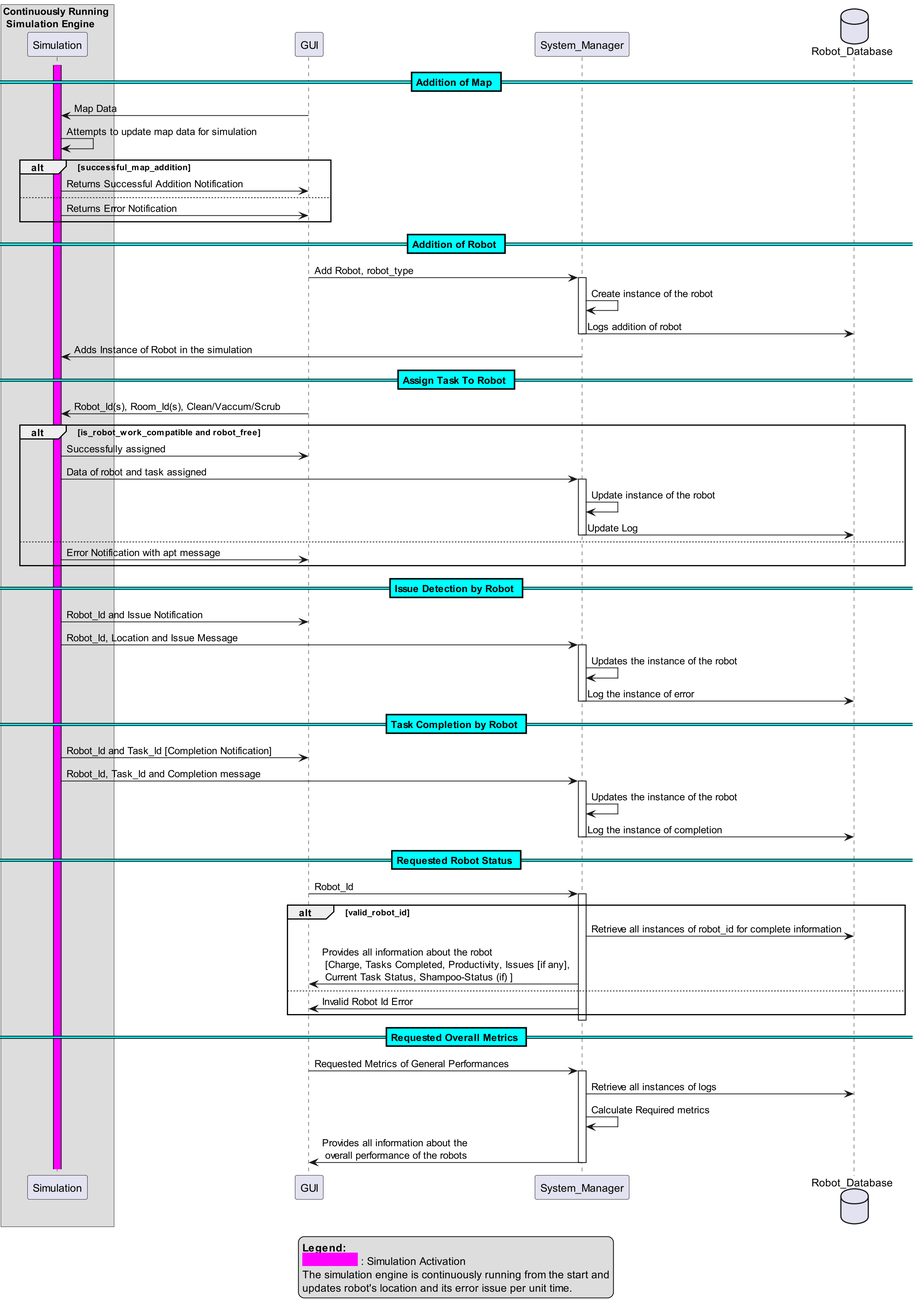
The PlantUML diagram docs/design/Sequence/Entities/Entities_Sequence_Diagram.png in ur-swe-fa24/main-project-jeck-inc, before a commit. Source of this version:
```plantuml
@startuml ABasicSeqDiagram
skinparam dpi 200
skinparam DefaultFontName Inconsolata
skinparam actorBackgroundColor #C0E0FF
skinparam actorFontColor #003366
skinparam sequenceDividerBackgroundColor Aqua
skinparam sequenceDividerFontColor Black






box  "Continuously Running \n Simulation Engine"
participant Simulation
end box

participant GUI
participant System_Manager

database Robot_Database

activate Simulation #Magenta


== Addition of Map ==


GUI -> Simulation : Map Data
    Simulation -> Simulation : Attempts to update map data for simulation
    alt successful_map_addition
        Simulation -> GUI : Returns Successful Addition Notification
    else
        Simulation -> GUI : Returns Error Notification
    end


== Addition of Robot ==

    GUI -> System_Manager : Add Robot, robot_type

    activate System_Manager
            System_Manager -> System_Manager : Create instance of the robot
            System_Manager -> Robot_Database : Logs addition of robot
        deactivate System_Manager
    System_Manager -> Simulation : Adds Instance of Robot in the simulation



== Assign Task To Robot ==

GUI -> Simulation : Robot_Id(s), Room_Id(s), Clean/Vaccum/Scrub
    alt is_robot_work_compatible and robot_free
        Simulation -> GUI : Successfully assigned
        Simulation -> System_Manager : Data of robot and task assigned
        activate System_Manager
            System_Manager -> System_Manager : Update instance of the robot
            System_Manager -> Robot_Database : Update Log
        deactivate System_Manager
    else
        Simulation -> GUI : Error Notification with apt message
    end


== Issue Detection by Robot ==

Simulation -> GUI : Robot_Id and Issue Notification

Simulation -> System_Manager : Robot_Id, Location and Issue Message
activate System_Manager
    System_Manager -> System_Manager : Updates the instance of the robot
    System_Manager -> Robot_Database : Log the instance of error
deactivate System_Manager


== Task Completion by Robot ==

Simulation -> GUI : Robot_Id and Task_Id [Completion Notification]

Simulation -> System_Manager : Robot_Id, Task_Id and Completion message

activate System_Manager
    System_Manager -> System_Manager : Updates the instance of the robot
    System_Manager -> Robot_Database : Log the instance of completion
deactivate System_Manager


== Requested Robot Status ==

GUI ->  System_Manager : Robot_Id

activate System_Manager

    alt valid_robot_id
        System_Manager -> Robot_Database : Retrieve all instances of robot_id for complete information
        System_Manager -> GUI : Provides all information about the robot \n [Charge, Tasks Completed, Productivity, Issues [if any], \n Current Task Status, Shampoo-Status (if) ]

    else
        System_Manager -> GUI: Invalid Robot Id Error
    end
deactivate System_Manager

== Requested Overall Metrics ==
GUI -> System_Manager : Requested Metrics of General Performances
activate System_Manager
    System_Manager -> Robot_Database: Retrieve all instances of logs
    System_Manager -> System_Manager: Calculate Required metrics
    System_Manager -> GUI: Provides all information about the \n overall performance of the robots
deactivate System_Manager

legend bottom
  <b>Legend:</b>
  <color:#Magenta><back:#Magenta><b>Simulation</b></back></color> : Simulation Activation
  The simulation engine is continuously running from the start and
  updates robot's location and its error issue per unit time.
end legend




@enduml
```
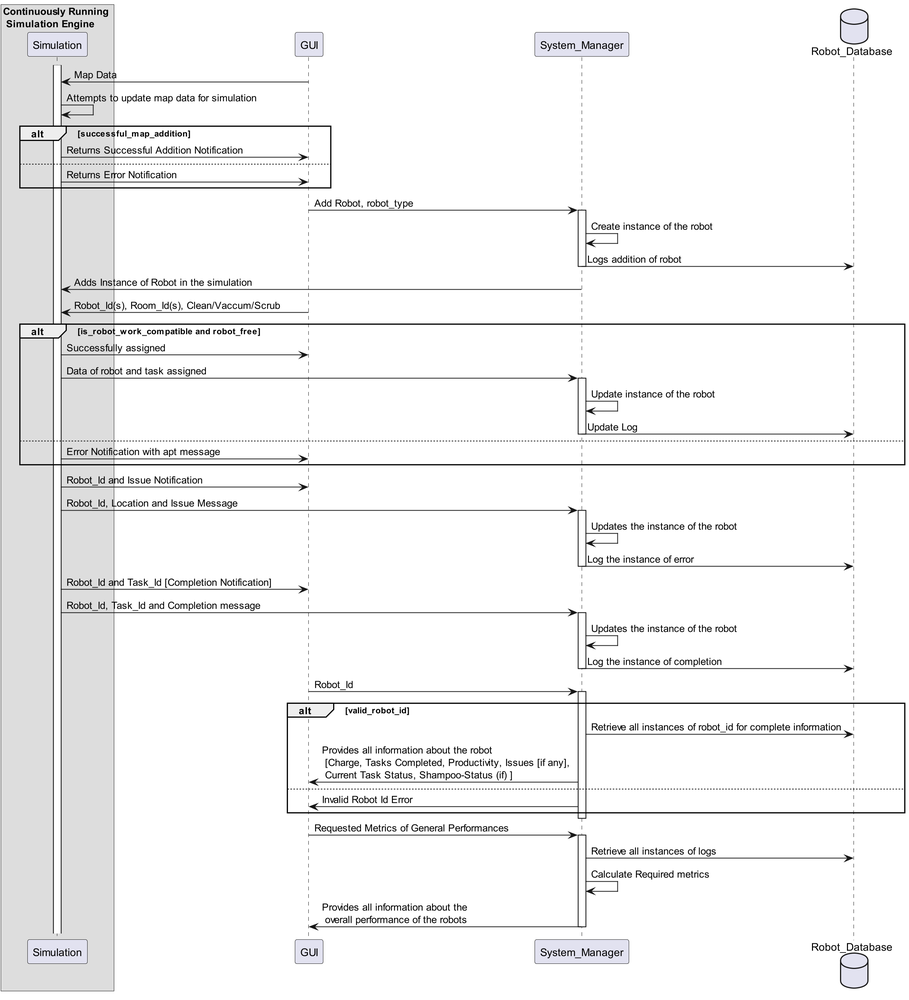
Above is the later version.

Commit message:
Changed sequence diagram and use case diagram to make it uniform

Diff of the diagram source:
```diff
@@ -3,7 +3,7 @@
 skinparam DefaultFontName Inconsolata
 skinparam actorBackgroundColor #C0E0FF
 skinparam actorFontColor #003366
-skinparam sequenceDividerBackgroundColor Aqua
+skinparam sequenceDividerBackgroundColor Black
 skinparam sequenceDividerFontColor Black
 
 
@@ -20,10 +20,9 @@
 
 database Robot_Database
 
-activate Simulation #Magenta
+activate Simulation
 
 
-== Addition of Map ==
 
 
 GUI -> Simulation : Map Data
@@ -35,7 +34,6 @@
     end
 
 
-== Addition of Robot ==
 
     GUI -> System_Manager : Add Robot, robot_type
 
@@ -47,7 +45,6 @@
 
 
 
-== Assign Task To Robot ==
 
 GUI -> Simulation : Robot_Id(s), Room_Id(s), Clean/Vaccum/Scrub
     alt is_robot_work_compatible and robot_free
@@ -62,7 +59,6 @@
     end
 
 
-== Issue Detection by Robot ==
 
 Simulation -> GUI : Robot_Id and Issue Notification
 
@@ -73,7 +69,6 @@
 deactivate System_Manager
 
 
-== Task Completion by Robot ==
 
 Simulation -> GUI : Robot_Id and Task_Id [Completion Notification]
 
@@ -85,7 +80,6 @@
 deactivate System_Manager
 
 
-== Requested Robot Status ==
 
 GUI ->  System_Manager : Robot_Id
 
@@ -100,7 +94,6 @@
     end
 deactivate System_Manager
 
-== Requested Overall Metrics ==
 GUI -> System_Manager : Requested Metrics of General Performances
 activate System_Manager
     System_Manager -> Robot_Database: Retrieve all instances of logs
@@ -108,12 +101,6 @@
     System_Manager -> GUI: Provides all information about the \n overall performance of the robots
 deactivate System_Manager
 
-legend bottom
-  <b>Legend:</b>
-  <color:#Magenta><back:#Magenta><b>Simulation</b></back></color> : Simulation Activation
-  The simulation engine is continuously running from the start and
-  updates robot's location and its error issue per unit time.
-end legend
 
 
 
```
